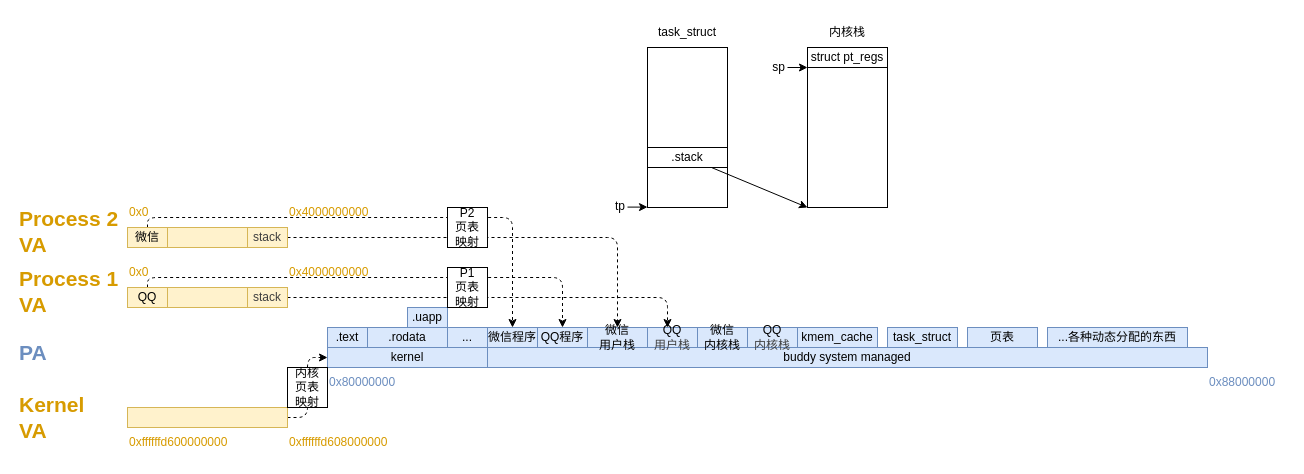
Before: docs/lab4.assets/layout.drawio in ZJU-OS/doc, a draw.io diagram. Source tidied: cells renumbered, new cells numbered last; positions are measured from the earlier drawing's top-left corner, leaving out a move shared by most shapes. Both pictures are drawn from the tidied source at 100%, with x=0, y=0 at pixel (17, 17).
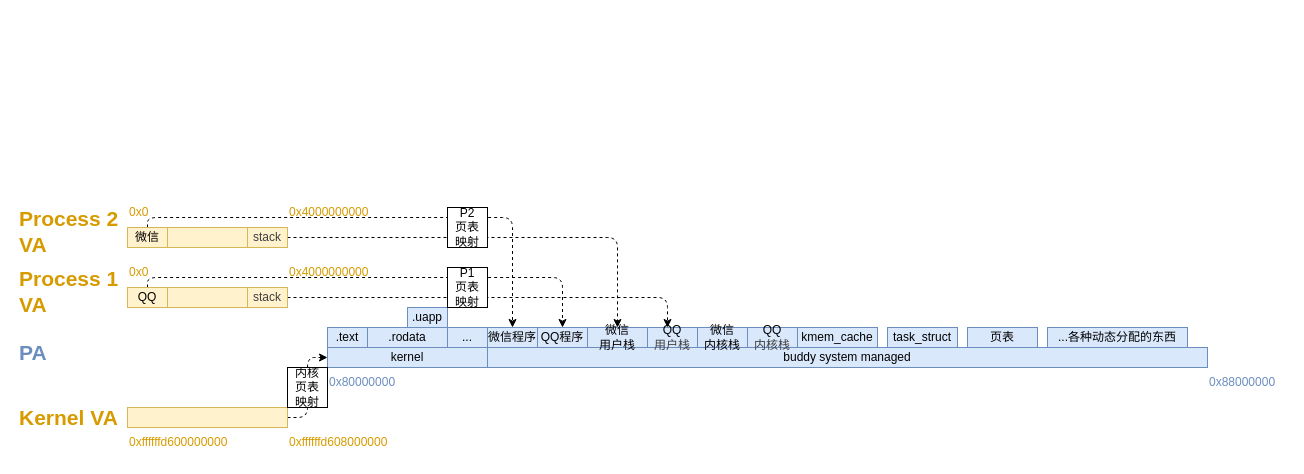
Above is the later version.

The edit, as a diff of the source:
```diff
@@
     <mxCell id="5" value="Kernel VA" style="text;html=1;align=left;verticalAlign=middle;whiteSpace=wrap;rounded=0;fontColor=#D79B00;fontSize=21;fontStyle=1;" parent="1" vertex="1">
-      <mxGeometry y="385" width="60" height="30" as="geometry" />
+      <mxGeometry y="385" width="110" height="30" as="geometry" />
     </mxCell>
@@
     <mxCell id="40" value="0x4000000000" style="text;html=1;align=left;verticalAlign=middle;whiteSpace=wrap;rounded=0;fontColor=#D79B00;" parent="1" vertex="1">
-      <mxGeometry x="270" y="240" width="40" height="30" as="geometry" />
+      <mxGeometry x="270" y="240" width="120" height="30" as="geometry" />
     </mxCell>
     <mxCell id="41" value="0x4000000000" style="text;html=1;align=left;verticalAlign=middle;whiteSpace=wrap;rounded=0;fontColor=#D79B00;" parent="1" vertex="1">
-      <mxGeometry x="270" y="180" width="40" height="30" as="geometry" />
+      <mxGeometry x="270" y="180" width="120" height="30" as="geometry" />
     </mxCell>
@@
-    <mxCell id="45" style="rounded=0;whiteSpace=wrap;html=1;" parent="1" vertex="1">
-      <mxGeometry x="790" y="30" width="80" height="160" as="geometry" />
-    </mxCell>
-    <mxCell id="46" value="内核栈" style="text;strokeColor=none;fillColor=none;align=center;verticalAlign=middle;spacingLeft=4;spacingRight=4;overflow=hidden;whiteSpace=wrap;html=1;" parent="1" vertex="1">
-      <mxGeometry x="790" width="80" height="30" as="geometry" />
-    </mxCell>
-    <mxCell id="47" value="struct pt_regs" style="rounded=0;whiteSpace=wrap;html=1;" parent="1" vertex="1">
-      <mxGeometry x="790" y="30" width="80" height="20" as="geometry" />
-    </mxCell>
-    <mxCell id="48" value="sp" style="text;html=1;align=right;verticalAlign=middle;whiteSpace=wrap;rounded=0;" parent="1" vertex="1">
-      <mxGeometry x="720" y="40" width="50" height="20" as="geometry" />
-    </mxCell>
-    <mxCell id="49" style="endArrow=classic;html=1;" parent="1" edge="1">
-      <mxGeometry relative="1" as="geometry">
-        <mxPoint x="770" y="50" as="sourcePoint" />
-        <mxPoint x="790" y="50" as="targetPoint" />
-      </mxGeometry>
-    </mxCell>
-    <mxCell id="50" value="tp" style="text;html=1;align=right;verticalAlign=middle;whiteSpace=wrap;rounded=0;" parent="1" vertex="1">
-      <mxGeometry x="560" y="179" width="50" height="20" as="geometry" />
-    </mxCell>
-    <mxCell id="51" style="rounded=0;whiteSpace=wrap;html=1;" parent="1" vertex="1">
-      <mxGeometry x="630" y="30" width="80" height="160" as="geometry" />
-    </mxCell>
-    <mxCell id="52" style="endArrow=classic;html=1;" parent="1" edge="1">
-      <mxGeometry relative="1" as="geometry">
-        <mxPoint x="610" y="189.6" as="sourcePoint" />
-        <mxPoint x="630" y="189.6" as="targetPoint" />
-      </mxGeometry>
-    </mxCell>
-    <mxCell id="53" value="task_struct" style="text;strokeColor=none;fillColor=none;align=center;verticalAlign=middle;spacingLeft=4;spacingRight=4;overflow=hidden;whiteSpace=wrap;html=1;" parent="1" vertex="1">
-      <mxGeometry x="630" width="80" height="30" as="geometry" />
-    </mxCell>
-    <mxCell id="54" style="edgeStyle=none;html=1;entryX=0;entryY=1;entryDx=0;entryDy=0;" parent="1" edge="1" source="55" target="45">
-      <mxGeometry relative="1" as="geometry" />
-    </mxCell>
-    <mxCell id="55" value=".stack" style="rounded=0;whiteSpace=wrap;html=1;" parent="1" vertex="1">
-      <mxGeometry x="630" y="130" width="80" height="20" as="geometry" />
-    </mxCell>
```
